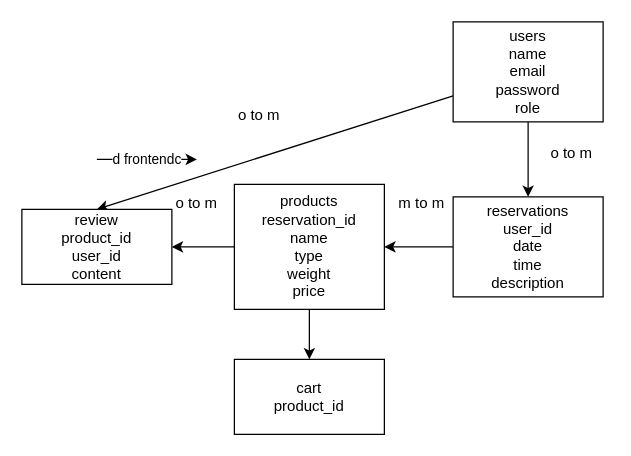
This is capstone.drawio from SimoCrisce/capstone-project, a draw.io file, before an edit. Source tidied: cells renumbered, new cells numbered last; positions are measured from the earlier drawing's top-left corner, leaving out a move shared by most shapes. Both pictures are drawn from the tidied source at 125%, with x=0, y=0 at pixel (21, 21).
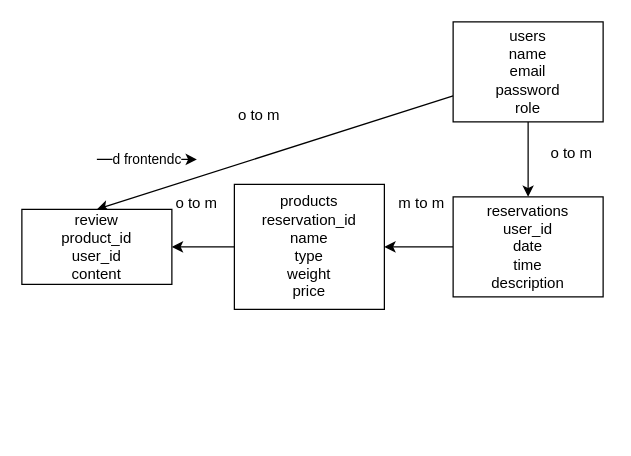
The same diagram, later.

Commit message (it also covers changes not shown here):
adds localstorage cart system

The edit, as a diff of the source:
```diff
@@
 <mxGraphModel>
   <root>
     <mxCell id="0" />
     <mxCell id="1" parent="0" />
     <mxCell id="2" style="edgeStyle=none;html=1;entryX=0.5;entryY=0;entryDx=0;entryDy=0;" parent="1" edge="1" source="4" target="10">
       <mxGeometry relative="1" as="geometry" />
     </mxCell>
     <mxCell id="3" style="edgeStyle=none;html=1;entryX=0.5;entryY=0;entryDx=0;entryDy=0;" parent="1" edge="1" source="4" target="8">
       <mxGeometry relative="1" as="geometry" />
     </mxCell>
     <mxCell id="4" value="users&lt;br&gt;name&lt;br&gt;email&lt;br&gt;password&lt;br&gt;role" style="whiteSpace=wrap;html=1;" parent="1" vertex="1">
       <mxGeometry x="345" width="120" height="80" as="geometry" />
     </mxCell>
     <mxCell id="5" style="edgeStyle=none;html=1;" parent="1" edge="1" source="7" target="8">
       <mxGeometry relative="1" as="geometry" />
     </mxCell>
-    <mxCell id="6" style="edgeStyle=none;html=1;entryX=0.5;entryY=0;entryDx=0;entryDy=0;" parent="1" edge="1" source="7" target="16">
-      <mxGeometry relative="1" as="geometry" />
-    </mxCell>
     <mxCell id="7" value="products&lt;br&gt;reservation_id&lt;br&gt;name&lt;br&gt;type&lt;br&gt;weight&lt;br&gt;price" style="whiteSpace=wrap;html=1;" parent="1" vertex="1">
       <mxGeometry x="170" y="130" width="120" height="100" as="geometry" />
     </mxCell>
     <mxCell id="8" value="review&lt;br&gt;product_id&lt;br&gt;user_id&lt;br&gt;content" style="whiteSpace=wrap;html=1;" parent="1" vertex="1">
       <mxGeometry y="150" width="120" height="60" as="geometry" />
     </mxCell>
     <mxCell id="9" style="edgeStyle=none;html=1;" parent="1" edge="1" source="10" target="7">
       <mxGeometry relative="1" as="geometry" />
     </mxCell>
     <mxCell id="10" value="reservations&lt;br&gt;user_id&lt;br&gt;date&lt;br&gt;time&lt;br&gt;description" style="whiteSpace=wrap;html=1;" parent="1" vertex="1">
       <mxGeometry x="345" y="140" width="120" height="80" as="geometry" />
     </mxCell>
     <mxCell id="11" value="o to m" style="text;strokeColor=none;align=center;fillColor=none;html=1;verticalAlign=middle;whiteSpace=wrap;rounded=0;" parent="1" vertex="1">
       <mxGeometry x="410" y="90" width="60" height="30" as="geometry" />
     </mxCell>
     <mxCell id="12" value="m to m" style="text;strokeColor=none;align=center;fillColor=none;html=1;verticalAlign=middle;whiteSpace=wrap;rounded=0;" parent="1" vertex="1">
       <mxGeometry x="290" y="130" width="60" height="30" as="geometry" />
     </mxCell>
     <mxCell id="13" value="o to m" style="text;strokeColor=none;align=center;fillColor=none;html=1;verticalAlign=middle;whiteSpace=wrap;rounded=0;" parent="1" vertex="1">
       <mxGeometry x="110" y="130" width="60" height="30" as="geometry" />
     </mxCell>
     <mxCell id="14" value="o to m" style="text;strokeColor=none;align=center;fillColor=none;html=1;verticalAlign=middle;whiteSpace=wrap;rounded=0;" parent="1" vertex="1">
       <mxGeometry x="160" y="60" width="60" height="30" as="geometry" />
     </mxCell>
     <mxCell id="15" value="d frontendc" style="edgeStyle=none;orthogonalLoop=1;jettySize=auto;html=1;" parent="1" edge="1">
       <mxGeometry relative="1" as="geometry">
         <mxPoint x="60" y="110" as="sourcePoint" />
         <mxPoint x="140" y="110" as="targetPoint" />
       </mxGeometry>
     </mxCell>
-    <mxCell id="16" value="cart&lt;br&gt;product_id" style="whiteSpace=wrap;html=1;" parent="1" vertex="1">
-      <mxGeometry x="170" y="270" width="120" height="60" as="geometry" />
-    </mxCell>
   </root>
 </mxGraphModel>
```
